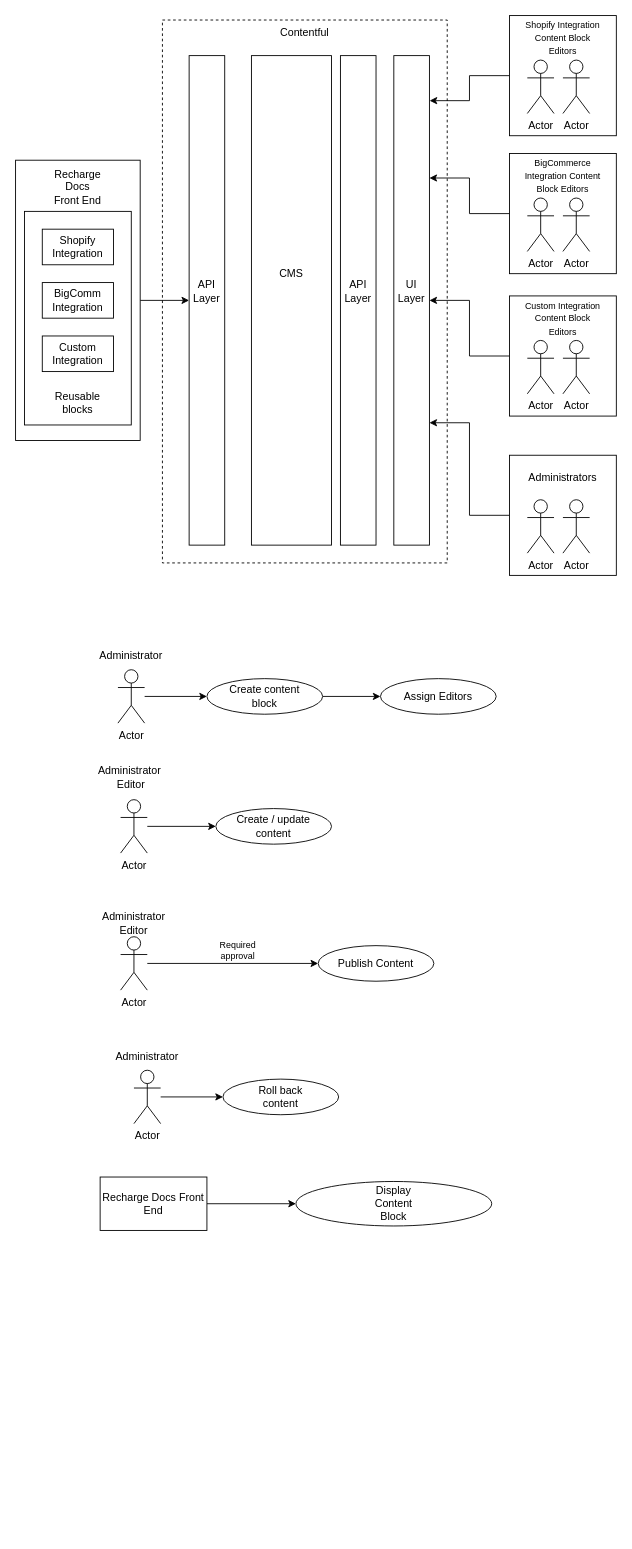
alexrsunrise/diagrams keeps this draw.io diagram as RechargeDocumentation/Recharge documentation overview.drawio. Above is the earlier version. Source tidied: cells renumbered, new cells numbered last; positions are measured from the earlier drawing's top-left corner, leaving out a move shared by most shapes. Both pictures are drawn from the tidied source at 89%, with x=0, y=0 at pixel (15, 15).
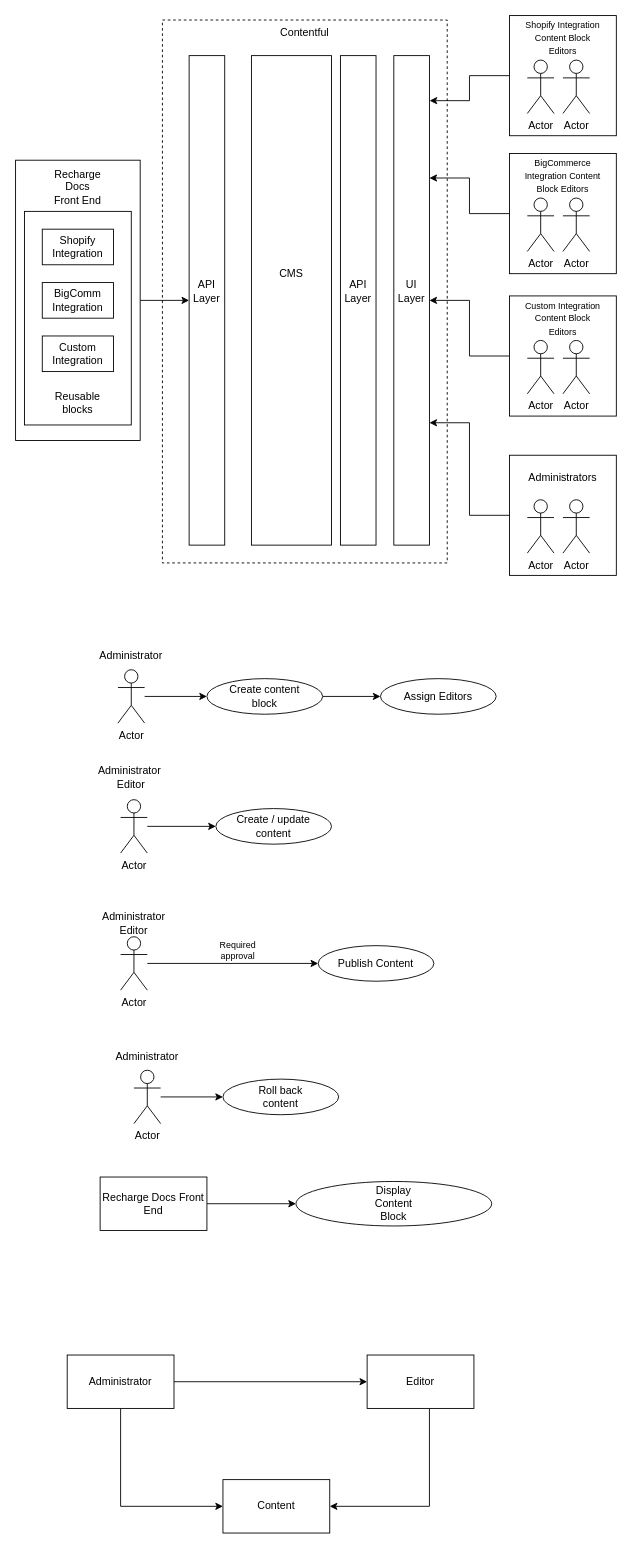
The same page after the edit.

What changed in the source:
```diff
@@
+    <mxCell id="71" style="edgeStyle=orthogonalEdgeStyle;rounded=0;jettySize=auto;html=1;entryX=0;entryY=0.5;entryDx=0;entryDy=0;" parent="1" edge="1" source="73" target="75">
+      <mxGeometry relative="1" as="geometry" />
+    </mxCell>
+    <mxCell id="72" style="edgeStyle=orthogonalEdgeStyle;rounded=0;jettySize=auto;html=1;entryX=0;entryY=0.5;entryDx=0;entryDy=0;" parent="1" edge="1" source="73" target="76">
+      <mxGeometry relative="1" as="geometry">
+        <Array as="points">
+          <mxPoint x="118" y="1675" />
+        </Array>
+      </mxGeometry>
+    </mxCell>
+    <mxCell id="73" value="Administrator" style="rounded=0;whiteSpace=wrap;html=1;" parent="1" vertex="1">
+      <mxGeometry x="58" y="1505" width="120" height="60" as="geometry" />
+    </mxCell>
+    <mxCell id="74" style="edgeStyle=orthogonalEdgeStyle;rounded=0;jettySize=auto;html=1;entryX=1;entryY=0.5;entryDx=0;entryDy=0;" parent="1" edge="1" source="75" target="76">
+      <mxGeometry relative="1" as="geometry">
+        <Array as="points">
+          <mxPoint x="465" y="1675" />
+        </Array>
+      </mxGeometry>
+    </mxCell>
+    <mxCell id="75" value="Editor" style="rounded=0;whiteSpace=wrap;html=1;" parent="1" vertex="1">
+      <mxGeometry x="395" y="1505" width="120" height="60" as="geometry" />
+    </mxCell>
+    <mxCell id="76" value="Content" style="rounded=0;whiteSpace=wrap;html=1;" parent="1" vertex="1">
+      <mxGeometry x="233" y="1645" width="120" height="60" as="geometry" />
+    </mxCell>
```
